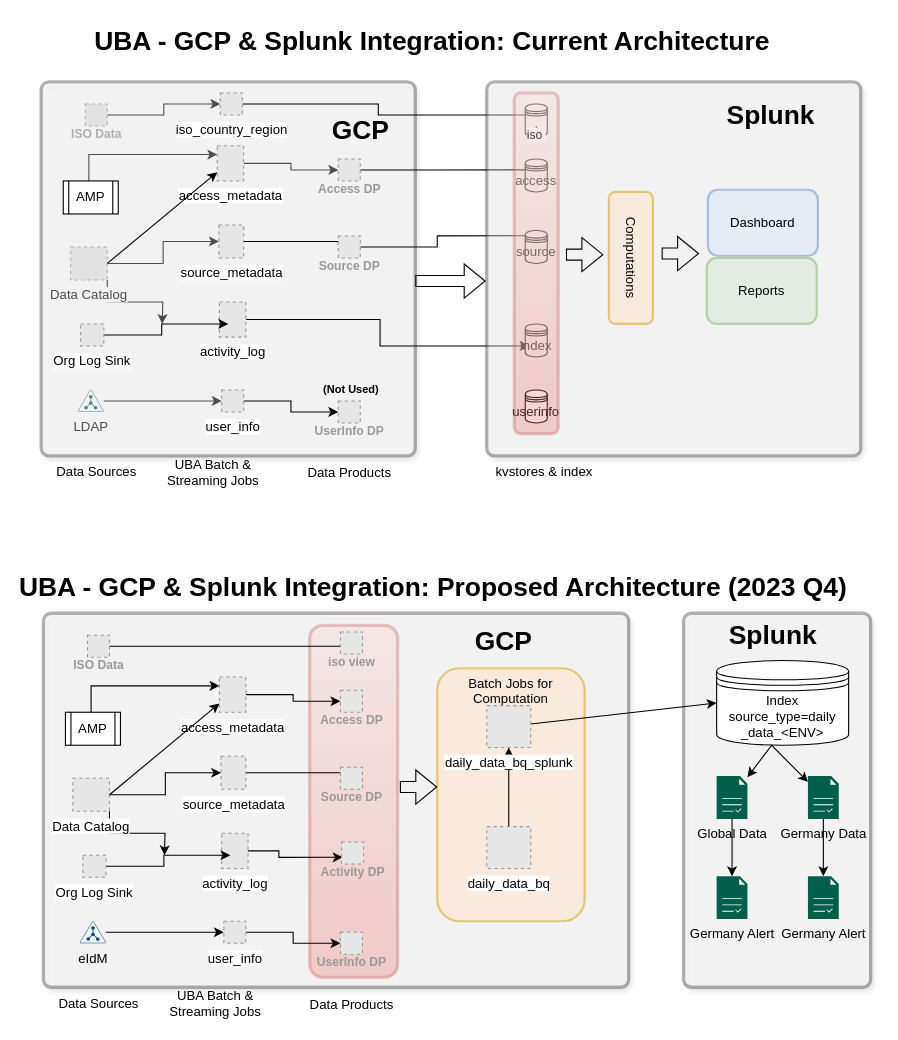
This is splunk_perf_design_V20240125b.drawio from zikzakjack/draw.io, a draw.io file, before an edit. Source tidied: cells renumbered, new cells numbered last; positions are measured from the earlier drawing's top-left corner, leaving out a move shared by most shapes. Both pictures are drawn from the tidied source at 110%, with x=0, y=0 at pixel (38, 19). Pictures stored in the file or linked from it are replaced by grey dashed boxes.
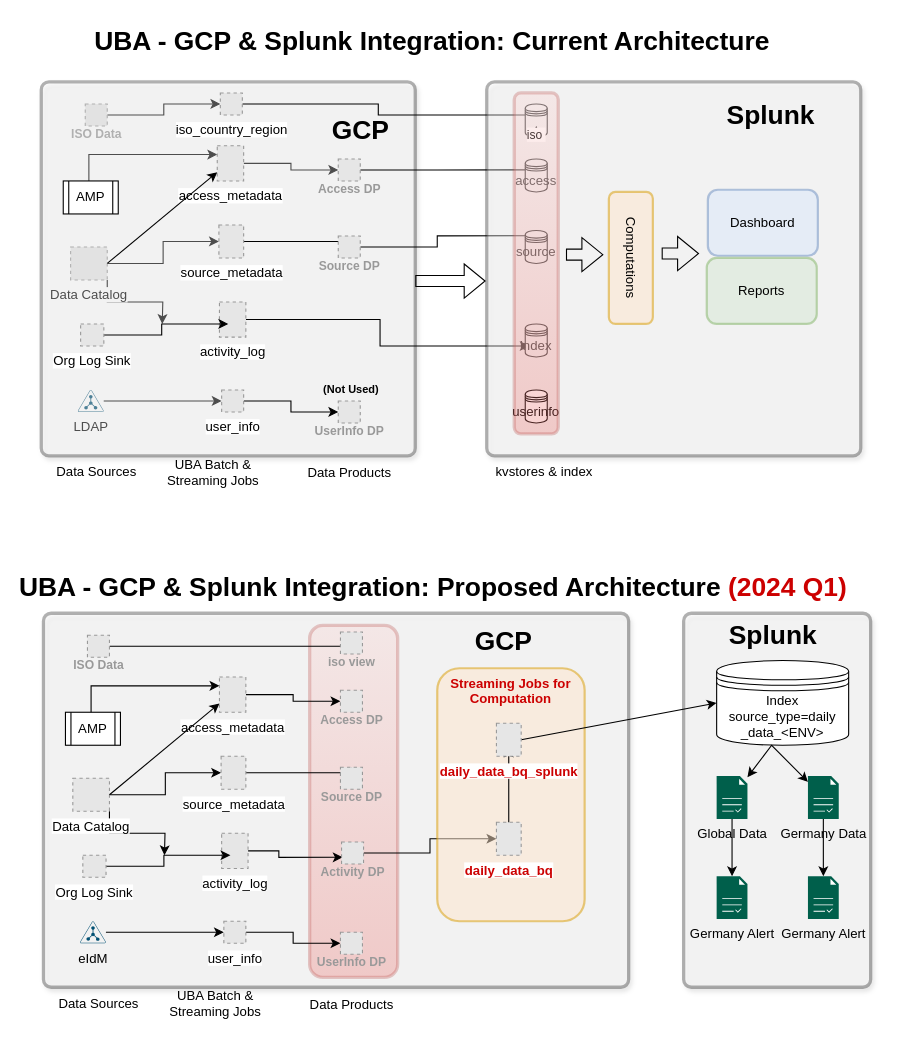
The same page after the edit.

The change refers to these unchanged cells:
```xml
<mxCell id="81" value="Activity DP" style="fillColor=#E6E6E6;strokeColor=#999999;dashed=1;html=1;verticalAlign=top;labelPosition=center;verticalLabelPosition=bottom;align=center;spacingTop=-6;fontSize=11;fontStyle=1;fontColor=#999999;" parent="1" vertex="1">
  <mxGeometry x="275" y="748" width="20" height="20" as="geometry" />
</mxCell>
<mxCell id="87" value="Index source_type=daily _data_&amp;lt;ENV&amp;gt;" style="shape=datastore;whiteSpace=wrap;html=1;" parent="1" vertex="1">
  <mxGeometry x="616" y="583" width="120" height="77" as="geometry" />
</mxCell>
```

What changed in the source:
```diff
@@
+    <mxCell id="100" style="edgeStyle=orthogonalEdgeStyle;rounded=0;jettySize=auto;html=1;" parent="1" edge="1" source="81" target="98">
+      <mxGeometry relative="1" as="geometry" />
+    </mxCell>
@@
-    <mxCell id="82" value="Batch Jobs for Computation" style="text;html=1;strokeColor=#d79b00;fillColor=#ffe6cc;align=center;verticalAlign=top;whiteSpace=wrap;rounded=1;horizontal=1;rotation=0;strokeWidth=2;opacity=50;" parent="1" vertex="1">
+    <mxCell id="82" value="&lt;b&gt;&lt;font color=&quot;#cc0000&quot;&gt;Streaming Jobs for Computation&lt;/font&gt;&lt;/b&gt;" style="text;html=1;strokeColor=#d79b00;fillColor=#ffe6cc;align=center;verticalAlign=top;whiteSpace=wrap;rounded=1;horizontal=1;rotation=0;strokeWidth=2;opacity=50;" parent="1" vertex="1">
       <mxGeometry x="362" y="590" width="134" height="230" as="geometry" />
     </mxCell>
-    <mxCell id="83" style="shape=flexArrow;endArrow=classic;html=1;rounded=0;" parent="1" edge="1">
-      <mxGeometry relative="1" as="geometry">
-        <mxPoint x="328" y="698" as="sourcePoint" />
-        <mxPoint x="362" y="698" as="targetPoint" />
-      </mxGeometry>
-    </mxCell>
@@
-    <mxCell id="86" value="UBA - GCP &amp;amp; Splunk Integration: Proposed Architecture (2023 Q4)" style="text;strokeColor=none;fillColor=none;html=1;fontSize=24;fontStyle=1;verticalAlign=middle;align=center;" parent="1" vertex="1">
+    <mxCell id="86" value="UBA - GCP &amp;amp; Splunk Integration: Proposed Architecture &lt;font color=&quot;#cc0000&quot;&gt;(2024 Q1)&lt;/font&gt;" style="text;strokeColor=none;fillColor=none;html=1;fontSize=24;fontStyle=1;verticalAlign=middle;align=center;" parent="1" vertex="1">
       <mxGeometry x="308" y="497" width="100" height="40" as="geometry" />
     </mxCell>
@@
-    <mxCell id="96" style="endArrow=classic;html=1;rounded=0;entryX=0;entryY=0.5;entryDx=0;entryDy=0;" parent="1" edge="1" source="99" target="87">
+    <mxCell id="96" style="endArrow=classic;html=1;rounded=0;entryX=0;entryY=0.5;entryDx=0;entryDy=0;exitX=1;exitY=0.5;exitDx=0;exitDy=0;" parent="1" edge="1" source="99" target="87">
       <mxGeometry relative="1" as="geometry" />
     </mxCell>
-    <mxCell id="97" style="edgeStyle=orthogonalEdgeStyle;rounded=0;jettySize=auto;html=1;" parent="1" edge="1" source="98" target="99">
-      <mxGeometry relative="1" as="geometry" />
+    <mxCell id="97" style="edgeStyle=orthogonalEdgeStyle;rounded=0;orthogonalLoop=1;jettySize=auto;html=1;" parent="1" edge="1">
+      <mxGeometry relative="1" as="geometry">
+        <mxPoint x="427" y="734" as="sourcePoint" />
+        <mxPoint x="427" y="662" as="targetPoint" />
+      </mxGeometry>
     </mxCell>
-    <mxCell id="98" value="daily_data_bq" style="fillColor=#E6E6E6;strokeColor=#999999;dashed=1;html=1;verticalLabelPosition=bottom;labelBackgroundColor=#ffffff;verticalAlign=top;" parent="1" vertex="1">
-      <mxGeometry x="407" y="734" width="40" height="38" as="geometry" />
+    <mxCell id="98" value="&lt;font color=&quot;#cc0000&quot;&gt;&lt;b&gt;daily_data_bq&lt;/b&gt;&lt;/font&gt;" style="fillColor=#E6E6E6;strokeColor=#999999;dashed=1;html=1;verticalLabelPosition=bottom;labelBackgroundColor=#ffffff;verticalAlign=top;" parent="1" vertex="1">
+      <mxGeometry x="415.8" y="730" width="22.5" height="30" as="geometry" />
     </mxCell>
-    <mxCell id="99" value="daily_data_bq_splunk" style="fillColor=#E6E6E6;strokeColor=#999999;dashed=1;html=1;verticalLabelPosition=bottom;labelBackgroundColor=#ffffff;verticalAlign=top;" parent="1" vertex="1">
-      <mxGeometry x="407" y="624" width="40" height="38" as="geometry" />
+    <mxCell id="99" value="&lt;font color=&quot;#cc0000&quot;&gt;&lt;b&gt;daily_data_bq_splunk&lt;/b&gt;&lt;/font&gt;" style="fillColor=#E6E6E6;strokeColor=#999999;dashed=1;html=1;verticalLabelPosition=bottom;labelBackgroundColor=#ffffff;verticalAlign=top;" parent="1" vertex="1">
+      <mxGeometry x="415.8" y="640" width="22.5" height="30" as="geometry" />
     </mxCell>
```
